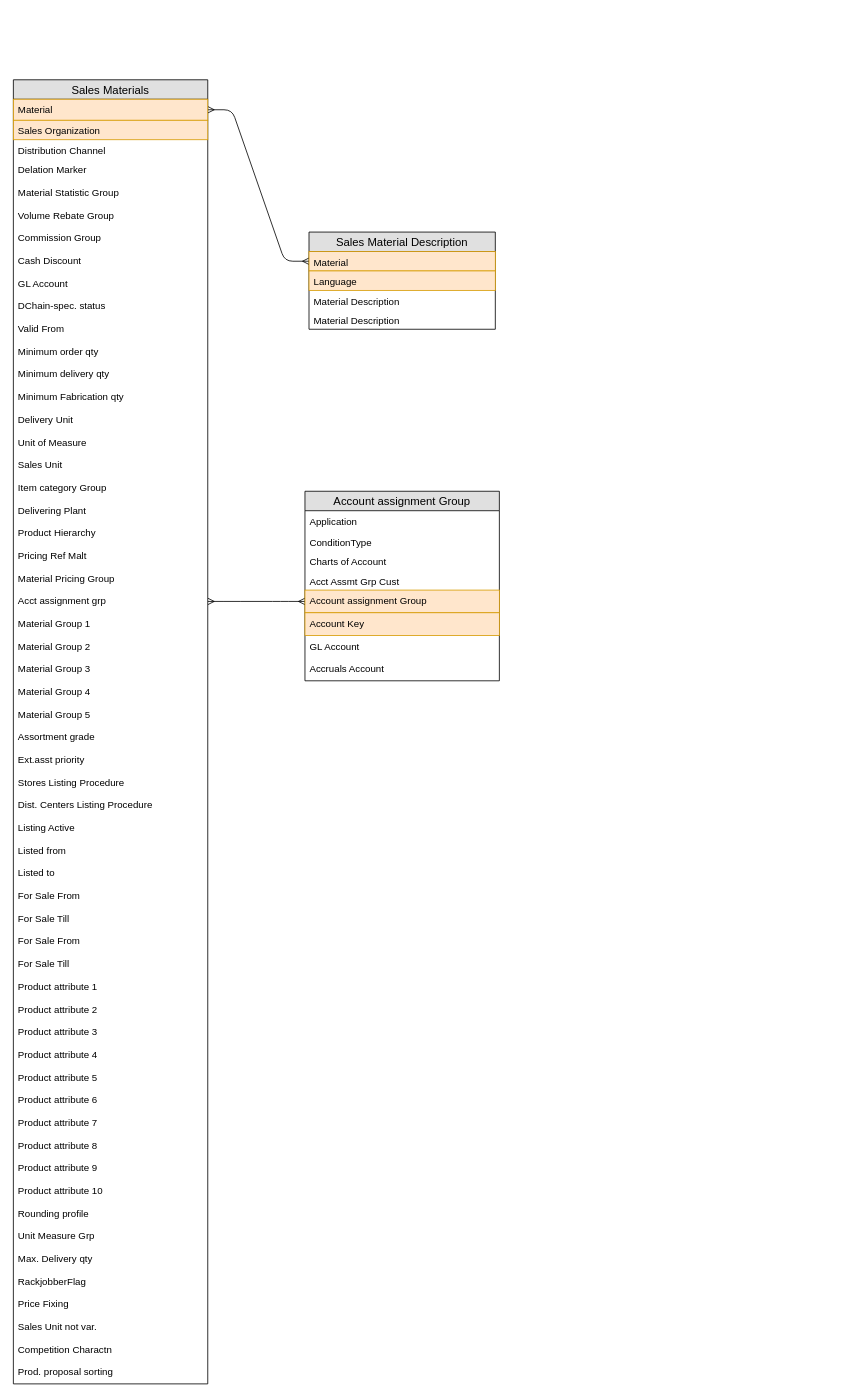
vesi-jorrego/Codex-Data-Model keeps this draw.io diagram as page "Sales / CRM" (5 of 7) of Codex Data Model.drawio. Above is the earlier version. Source tidied: cells renumbered, new cells numbered last; positions are measured from the earlier drawing's top-left corner, leaving out a move shared by most shapes. Both pictures are drawn from the tidied source at 81%, with x=0, y=0 at pixel (13, 79).
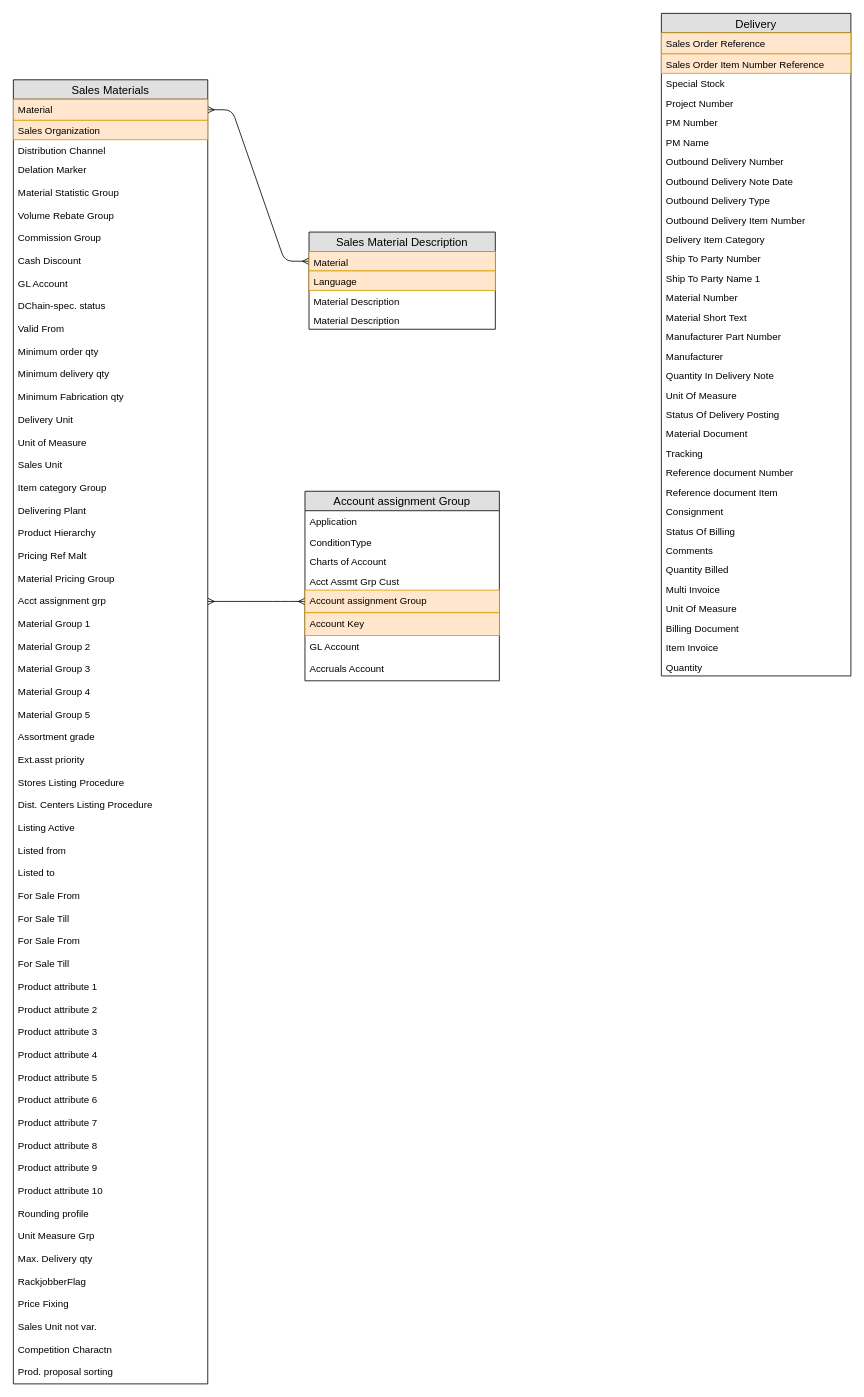
After the change.

Change to the diagram source:
```diff
@@
+    <mxCell id="76" value="Delivery" style="swimlane;fontStyle=0;horizontal=1;startSize=24;fillColor=#e0e0e0;swimlaneFillColor=#ffffff;align=center;fontSize=14;" parent="1" vertex="1">
+      <mxGeometry x="800" y="-82" width="234" height="818" as="geometry" />
+    </mxCell>
+    <mxCell id="77" value="Sales Order Reference" style="text;strokeColor=#d79b00;fillColor=#ffe6cc;spacingLeft=4;spacingRight=4;overflow=hidden;fontSize=12;fontStyle=0;" parent="76" vertex="1">
+      <mxGeometry y="24" width="234" height="26" as="geometry" />
+    </mxCell>
+    <mxCell id="78" value="Sales Order Item Number Reference" style="text;strokeColor=#d79b00;fillColor=#ffe6cc;spacingLeft=4;spacingRight=4;overflow=hidden;fontSize=12;fontStyle=0;" parent="76" vertex="1">
+      <mxGeometry y="50" width="234" height="24" as="geometry" />
+    </mxCell>
+    <mxCell id="79" value="Special Stock" style="text;strokeColor=none;fillColor=none;spacingLeft=4;spacingRight=4;overflow=hidden;fontSize=12;" parent="76" vertex="1">
+      <mxGeometry y="74" width="234" height="24" as="geometry" />
+    </mxCell>
+    <mxCell id="80" value="Project Number" style="text;strokeColor=none;fillColor=none;spacingLeft=4;spacingRight=4;overflow=hidden;fontSize=12;" parent="76" vertex="1">
+      <mxGeometry y="98" width="234" height="24" as="geometry" />
+    </mxCell>
+    <mxCell id="81" value="PM Number" style="text;strokeColor=none;fillColor=none;spacingLeft=4;spacingRight=4;overflow=hidden;fontSize=12;" parent="76" vertex="1">
+      <mxGeometry y="122" width="234" height="24" as="geometry" />
+    </mxCell>
+    <mxCell id="82" value="PM Name" style="text;strokeColor=none;fillColor=none;spacingLeft=4;spacingRight=4;overflow=hidden;fontSize=12;" parent="76" vertex="1">
+      <mxGeometry y="146" width="234" height="24" as="geometry" />
+    </mxCell>
+    <mxCell id="83" value="Outbound Delivery Number" style="text;strokeColor=none;fillColor=none;spacingLeft=4;spacingRight=4;overflow=hidden;fontSize=12;" parent="76" vertex="1">
+      <mxGeometry y="170" width="234" height="24" as="geometry" />
+    </mxCell>
+    <mxCell id="84" value="Outbound Delivery Note Date" style="text;strokeColor=none;fillColor=none;spacingLeft=4;spacingRight=4;overflow=hidden;fontSize=12;" parent="76" vertex="1">
+      <mxGeometry y="194" width="234" height="24" as="geometry" />
+    </mxCell>
+    <mxCell id="85" value="Outbound Delivery Type" style="text;strokeColor=none;fillColor=none;spacingLeft=4;spacingRight=4;overflow=hidden;fontSize=12;" parent="76" vertex="1">
+      <mxGeometry y="218" width="234" height="24" as="geometry" />
+    </mxCell>
+    <mxCell id="86" value="Outbound Delivery Item Number" style="text;strokeColor=none;fillColor=none;spacingLeft=4;spacingRight=4;overflow=hidden;fontSize=12;" parent="76" vertex="1">
+      <mxGeometry y="242" width="234" height="24" as="geometry" />
+    </mxCell>
+    <mxCell id="87" value="Delivery Item Category" style="text;strokeColor=none;fillColor=none;spacingLeft=4;spacingRight=4;overflow=hidden;fontSize=12;" parent="76" vertex="1">
+      <mxGeometry y="266" width="234" height="24" as="geometry" />
+    </mxCell>
+    <mxCell id="88" value="Ship To Party Number" style="text;strokeColor=none;fillColor=none;spacingLeft=4;spacingRight=4;overflow=hidden;fontSize=12;" parent="76" vertex="1">
+      <mxGeometry y="290" width="234" height="24" as="geometry" />
+    </mxCell>
+    <mxCell id="89" value="Ship To Party Name 1" style="text;strokeColor=none;fillColor=none;spacingLeft=4;spacingRight=4;overflow=hidden;fontSize=12;" parent="76" vertex="1">
+      <mxGeometry y="314" width="234" height="24" as="geometry" />
+    </mxCell>
+    <mxCell id="90" value="Material Number" style="text;strokeColor=none;fillColor=none;spacingLeft=4;spacingRight=4;overflow=hidden;fontSize=12;" parent="76" vertex="1">
+      <mxGeometry y="338" width="234" height="24" as="geometry" />
+    </mxCell>
+    <mxCell id="91" value="Material Short Text" style="text;strokeColor=none;fillColor=none;spacingLeft=4;spacingRight=4;overflow=hidden;fontSize=12;" parent="76" vertex="1">
+      <mxGeometry y="362" width="234" height="24" as="geometry" />
+    </mxCell>
+    <mxCell id="92" value="Manufacturer Part Number" style="text;strokeColor=none;fillColor=none;spacingLeft=4;spacingRight=4;overflow=hidden;fontSize=12;" parent="76" vertex="1">
+      <mxGeometry y="386" width="234" height="24" as="geometry" />
+    </mxCell>
+    <mxCell id="93" value="Manufacturer" style="text;strokeColor=none;fillColor=none;spacingLeft=4;spacingRight=4;overflow=hidden;fontSize=12;" parent="76" vertex="1">
+      <mxGeometry y="410" width="234" height="24" as="geometry" />
+    </mxCell>
+    <mxCell id="94" value="Quantity In Delivery Note" style="text;strokeColor=none;fillColor=none;spacingLeft=4;spacingRight=4;overflow=hidden;fontSize=12;" parent="76" vertex="1">
+      <mxGeometry y="434" width="234" height="24" as="geometry" />
+    </mxCell>
+    <mxCell id="95" value="Unit Of Measure" style="text;strokeColor=none;fillColor=none;spacingLeft=4;spacingRight=4;overflow=hidden;fontSize=12;" parent="76" vertex="1">
+      <mxGeometry y="458" width="234" height="24" as="geometry" />
+    </mxCell>
+    <mxCell id="96" value="Status Of Delivery Posting" style="text;strokeColor=none;fillColor=none;spacingLeft=4;spacingRight=4;overflow=hidden;fontSize=12;" parent="76" vertex="1">
+      <mxGeometry y="482" width="234" height="24" as="geometry" />
+    </mxCell>
+    <mxCell id="97" value="Material Document" style="text;strokeColor=none;fillColor=none;spacingLeft=4;spacingRight=4;overflow=hidden;fontSize=12;" parent="76" vertex="1">
+      <mxGeometry y="506" width="234" height="24" as="geometry" />
+    </mxCell>
+    <mxCell id="98" value="Tracking" style="text;strokeColor=none;fillColor=none;spacingLeft=4;spacingRight=4;overflow=hidden;fontSize=12;" parent="76" vertex="1">
+      <mxGeometry y="530" width="234" height="24" as="geometry" />
+    </mxCell>
+    <mxCell id="99" value="Reference document Number" style="text;strokeColor=none;fillColor=none;spacingLeft=4;spacingRight=4;overflow=hidden;fontSize=12;" parent="76" vertex="1">
+      <mxGeometry y="554" width="234" height="24" as="geometry" />
+    </mxCell>
+    <mxCell id="100" value="Reference document Item" style="text;strokeColor=none;fillColor=none;spacingLeft=4;spacingRight=4;overflow=hidden;fontSize=12;" parent="76" vertex="1">
+      <mxGeometry y="578" width="234" height="24" as="geometry" />
+    </mxCell>
+    <mxCell id="101" value="Consignment" style="text;strokeColor=none;fillColor=none;spacingLeft=4;spacingRight=4;overflow=hidden;fontSize=12;" parent="76" vertex="1">
+      <mxGeometry y="602" width="234" height="24" as="geometry" />
+    </mxCell>
+    <mxCell id="102" value="Status Of Billing" style="text;strokeColor=none;fillColor=none;spacingLeft=4;spacingRight=4;overflow=hidden;fontSize=12;" parent="76" vertex="1">
+      <mxGeometry y="626" width="234" height="24" as="geometry" />
+    </mxCell>
+    <mxCell id="103" value="Comments" style="text;strokeColor=none;fillColor=none;spacingLeft=4;spacingRight=4;overflow=hidden;fontSize=12;" parent="76" vertex="1">
+      <mxGeometry y="650" width="234" height="24" as="geometry" />
+    </mxCell>
+    <mxCell id="104" value="Quantity Billed" style="text;strokeColor=none;fillColor=none;spacingLeft=4;spacingRight=4;overflow=hidden;fontSize=12;" parent="76" vertex="1">
+      <mxGeometry y="674" width="234" height="24" as="geometry" />
+    </mxCell>
+    <mxCell id="105" value="Multi Invoice" style="text;strokeColor=none;fillColor=none;spacingLeft=4;spacingRight=4;overflow=hidden;fontSize=12;" parent="76" vertex="1">
+      <mxGeometry y="698" width="234" height="24" as="geometry" />
+    </mxCell>
+    <mxCell id="106" value="Unit Of Measure" style="text;strokeColor=none;fillColor=none;spacingLeft=4;spacingRight=4;overflow=hidden;fontSize=12;" parent="76" vertex="1">
+      <mxGeometry y="722" width="234" height="24" as="geometry" />
+    </mxCell>
+    <mxCell id="107" value="Billing Document" style="text;strokeColor=none;fillColor=none;spacingLeft=4;spacingRight=4;overflow=hidden;fontSize=12;" parent="76" vertex="1">
+      <mxGeometry y="746" width="234" height="24" as="geometry" />
+    </mxCell>
+    <mxCell id="108" value="Item Invoice" style="text;strokeColor=none;fillColor=none;spacingLeft=4;spacingRight=4;overflow=hidden;fontSize=12;" parent="76" vertex="1">
+      <mxGeometry y="770" width="234" height="24" as="geometry" />
+    </mxCell>
+    <mxCell id="109" value="Quantity" style="text;strokeColor=none;fillColor=none;spacingLeft=4;spacingRight=4;overflow=hidden;fontSize=12;" parent="76" vertex="1">
+      <mxGeometry y="794" width="234" height="24" as="geometry" />
+    </mxCell>
```
